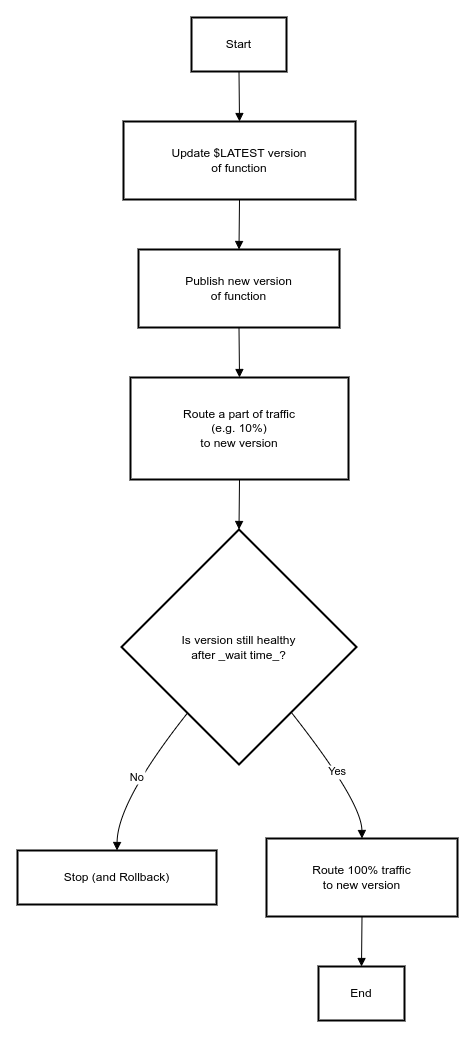
lethang7794/fcj-lambda-canary-with-aws-cli-workshop keeps this draw.io diagram as static/images/diagrams/workshop-5/lambda--how-canary-deployment-work.drawio.png. Above is the earlier version. Source tidied: cells renumbered, new cells last; positions are measured from the earlier drawing's top-left corner, leaving out a move shared by most shapes.
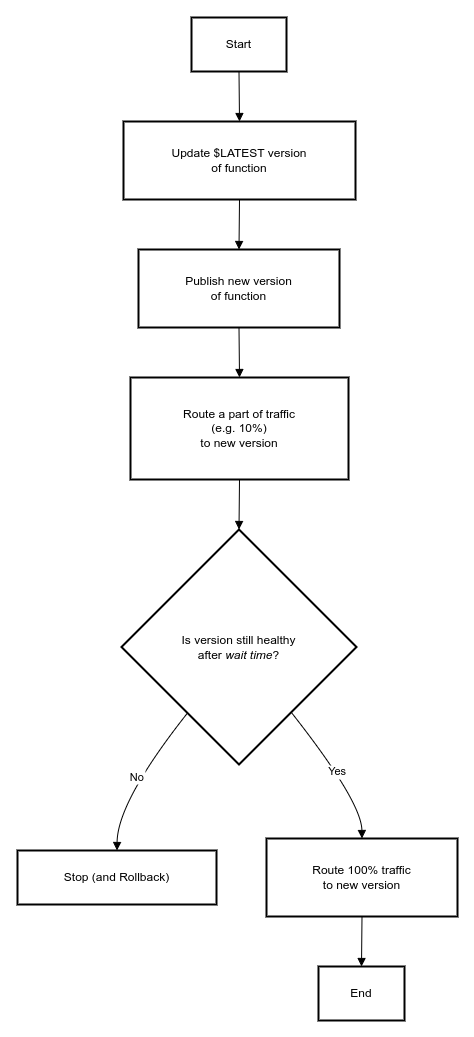
Later version of the same file.

Commit message:
chore: fix alert, markdown style in diagram

What changed in the source:
```diff
@@ -14,7 +14,7 @@
     <mxCell id="5" value="Route a part of traffic &#10; (e.g. 10%) &#10; to new version" style="whiteSpace=wrap;strokeWidth=2;" parent="1" vertex="1">
       <mxGeometry x="113" y="360" width="218" height="102" as="geometry" />
     </mxCell>
-    <mxCell id="6" value="Is version still healthy &#10; after _wait time_?" style="rhombus;strokeWidth=2;whiteSpace=wrap;" parent="1" vertex="1">
+    <mxCell id="6" value="Is version still healthy &lt;br&gt; after &lt;i&gt;wait time&lt;/i&gt;?" style="rhombus;strokeWidth=2;whiteSpace=wrap;html=1;" parent="1" vertex="1">
       <mxGeometry x="104" y="512" width="235" height="235" as="geometry" />
     </mxCell>
     <mxCell id="7" value="Stop (and Rollback)" style="whiteSpace=wrap;strokeWidth=2;" parent="1" vertex="1">
```
